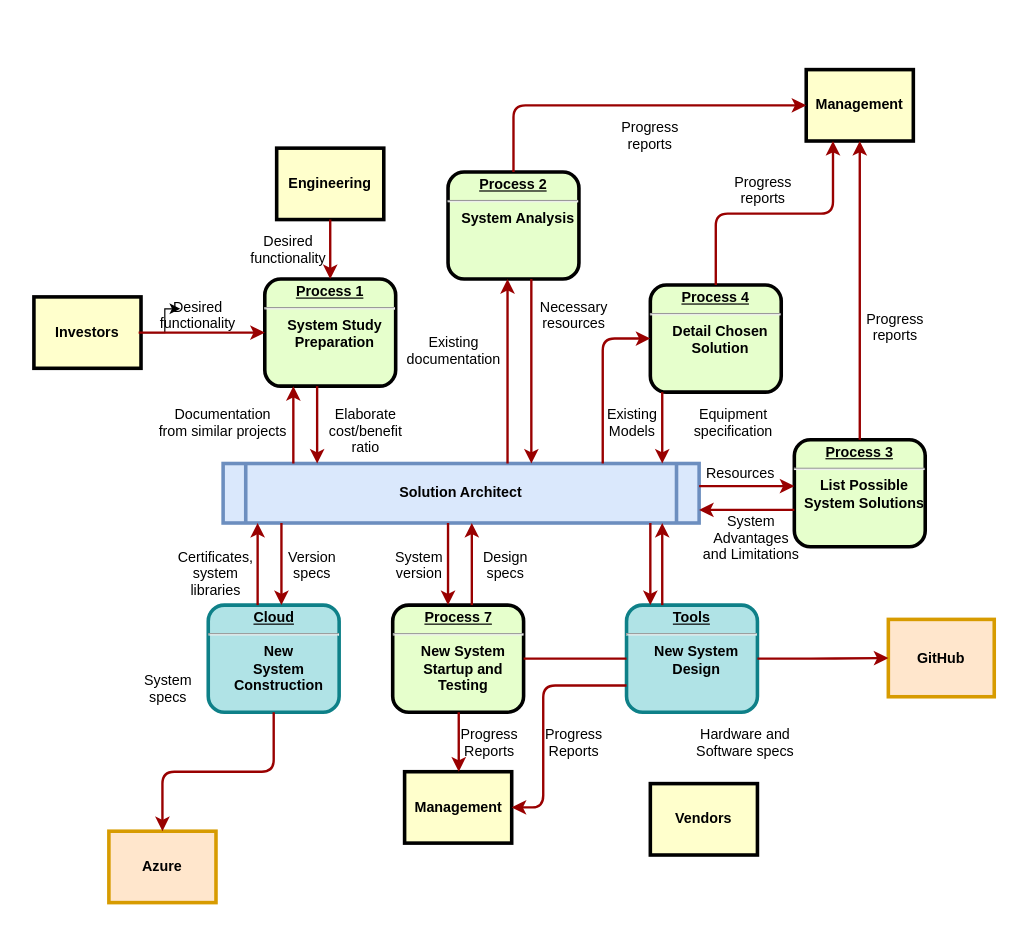
This is SolutionArchitectCareer.drawio from pablochj/SolutionArchitect, a draw.io file, before an edit. Source tidied: cells renumbered, new cells numbered last; positions are measured from the earlier drawing's top-left corner, leaving out a move shared by most shapes. Both pictures are drawn from the tidied source at 119%, with x=0, y=0 at pixel (33, 69).
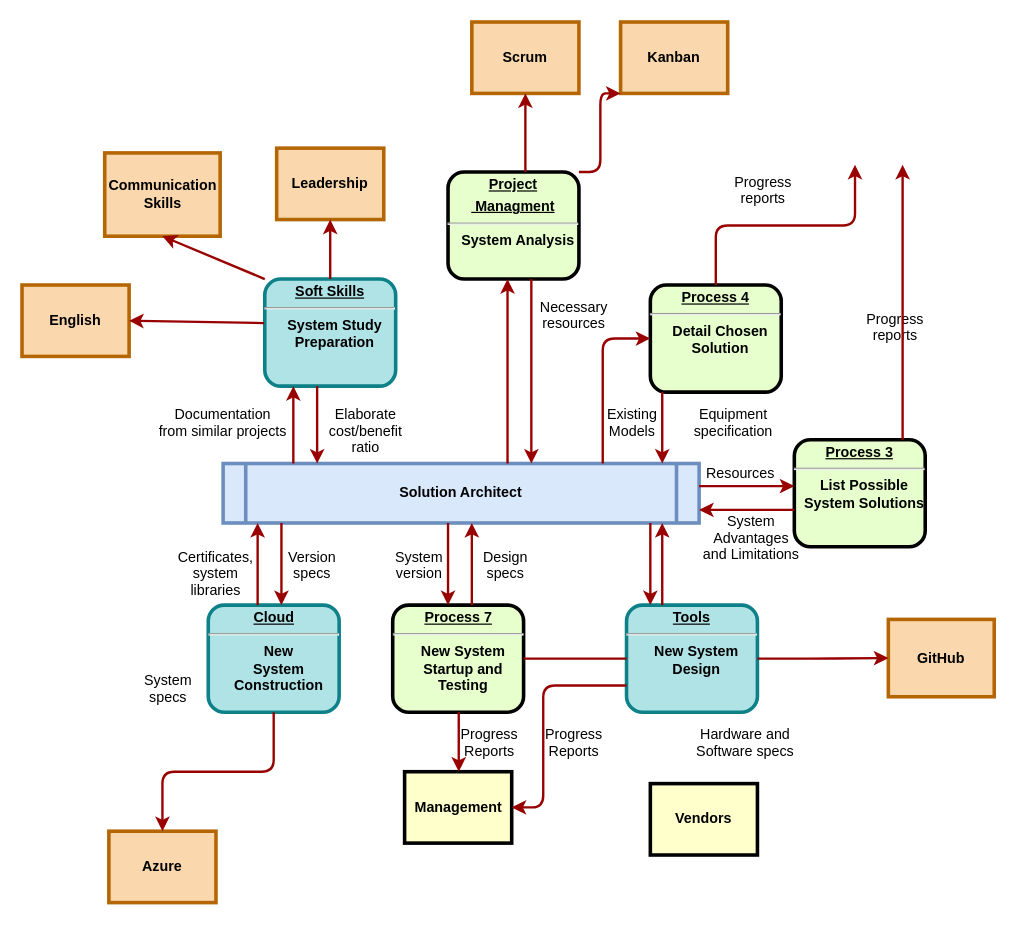
Above is the later version.

The change refers to these unchanged cells:
```xml
<mxCell id="8" value="&lt;p style=&quot;margin: 0px; margin-top: 4px; text-align: center; text-decoration: underline;&quot;&gt;&lt;strong&gt;&lt;strong&gt;Process&lt;/strong&gt; 3&lt;br /&gt;&lt;/strong&gt;&lt;/p&gt;&lt;hr /&gt;&lt;p style=&quot;margin: 0px; margin-left: 8px;&quot;&gt;List Possible&lt;/p&gt;&lt;p style=&quot;margin: 0px; margin-left: 8px;&quot;&gt;System Solutions&lt;/p&gt;" style="verticalAlign=middle;align=center;overflow=fill;fontSize=12;fontFamily=Helvetica;html=1;rounded=1;fontStyle=1;strokeWidth=3;fillColor=#E6FFCC;" parent="1" vertex="1">
  <mxGeometry x="639" y="311" width="110" height="90" as="geometry" />
</mxCell>
<mxCell id="9" value="&lt;p style=&quot;margin: 0px; margin-top: 4px; text-align: center; text-decoration: underline;&quot;&gt;&lt;strong&gt;&lt;strong&gt;Process&lt;/strong&gt; 4&lt;br /&gt;&lt;/strong&gt;&lt;/p&gt;&lt;hr /&gt;&lt;p style=&quot;margin: 0px; margin-left: 8px;&quot;&gt;Detail Chosen&lt;/p&gt;&lt;p style=&quot;margin: 0px; margin-left: 8px;&quot;&gt;Solution&lt;/p&gt;" style="verticalAlign=middle;align=center;overflow=fill;fontSize=12;fontFamily=Helvetica;html=1;rounded=1;fontStyle=1;strokeWidth=3;fillColor=#E6FFCC;" parent="1" vertex="1">
  <mxGeometry x="518" y="181" width="110" height="90" as="geometry" />
</mxCell>
```

Change to the diagram source:
```diff
@@
-    <mxCell id="2" value="&lt;p style=&quot;margin: 0px; margin-top: 4px; text-align: center; text-decoration: underline;&quot;&gt;&lt;strong&gt;Process 1&lt;br /&gt;&lt;/strong&gt;&lt;/p&gt;&lt;hr /&gt;&lt;p style=&quot;margin: 0px; margin-left: 8px;&quot;&gt;System Study&lt;/p&gt;&lt;p style=&quot;margin: 0px; margin-left: 8px;&quot;&gt;Preparation&lt;/p&gt;" style="verticalAlign=middle;align=center;overflow=fill;fontSize=12;fontFamily=Helvetica;html=1;rounded=1;fontStyle=1;strokeWidth=3;fillColor=#E6FFCC;" parent="1" vertex="1">
+    <mxCell id="2" value="&lt;p style=&quot;margin: 0px; margin-top: 4px; text-align: center; text-decoration: underline;&quot;&gt;&lt;strong&gt;Soft Skills&lt;br&gt;&lt;/strong&gt;&lt;/p&gt;&lt;hr&gt;&lt;p style=&quot;margin: 0px; margin-left: 8px;&quot;&gt;System Study&lt;/p&gt;&lt;p style=&quot;margin: 0px; margin-left: 8px;&quot;&gt;Preparation&lt;/p&gt;" style="verticalAlign=middle;align=center;overflow=fill;fontSize=12;fontFamily=Helvetica;html=1;rounded=1;fontStyle=1;strokeWidth=3;fillColor=#b0e3e6;strokeColor=#0e8088;" parent="1" vertex="1">
       <mxGeometry x="194" y="176" width="110" height="90" as="geometry" />
     </mxCell>
-    <mxCell id="3" value="Engineering" style="whiteSpace=wrap;align=center;verticalAlign=middle;fontStyle=1;strokeWidth=3;fillColor=#FFFFCC;" parent="1" vertex="1">
+    <mxCell id="3" value="Leadership" style="whiteSpace=wrap;align=center;verticalAlign=middle;fontStyle=1;strokeWidth=3;fillColor=#fad7ac;strokeColor=#b46504;" parent="1" vertex="1">
       <mxGeometry x="204" y="66" width="90" height="60" as="geometry" />
     </mxCell>
-    <mxCell id="4" style="edgeStyle=orthogonalEdgeStyle;rounded=0;jettySize=auto;html=1;" parent="1" edge="1" source="5" target="20">
-      <mxGeometry relative="1" as="geometry" />
-    </mxCell>
-    <mxCell id="5" value="Investors" style="whiteSpace=wrap;align=center;verticalAlign=middle;fontStyle=1;strokeWidth=3;fillColor=#FFFFCC;" parent="1" vertex="1">
-      <mxGeometry y="191" width="90" height="60" as="geometry" />
+    <mxCell id="5" value="English" style="whiteSpace=wrap;align=center;verticalAlign=middle;fontStyle=1;strokeWidth=3;fillColor=#fad7ac;strokeColor=#b46504;" parent="1" vertex="1">
+      <mxGeometry x="-10" y="181" width="90" height="60" as="geometry" />
     </mxCell>
@@
-    <mxCell id="7" value="&lt;p style=&quot;margin: 0px; margin-top: 4px; text-align: center; text-decoration: underline;&quot;&gt;&lt;strong&gt;Process 2&lt;br /&gt;&lt;/strong&gt;&lt;/p&gt;&lt;hr /&gt;&lt;p style=&quot;margin: 0px; margin-left: 8px;&quot;&gt;System Analysis&lt;/p&gt;" style="verticalAlign=middle;align=center;overflow=fill;fontSize=12;fontFamily=Helvetica;html=1;rounded=1;fontStyle=1;strokeWidth=3;fillColor=#E6FFCC;" parent="1" vertex="1">
+    <mxCell id="7" value="&lt;p style=&quot;margin: 0px; margin-top: 4px; text-align: center; text-decoration: underline;&quot;&gt;&lt;strong&gt;Project&lt;/strong&gt;&lt;/p&gt;&lt;p style=&quot;margin: 0px; margin-top: 4px; text-align: center; text-decoration: underline;&quot;&gt;&lt;strong&gt;&amp;nbsp;Managment&lt;br&gt;&lt;/strong&gt;&lt;/p&gt;&lt;hr&gt;&lt;p style=&quot;margin: 0px; margin-left: 8px;&quot;&gt;System Analysis&lt;/p&gt;" style="verticalAlign=middle;align=center;overflow=fill;fontSize=12;fontFamily=Helvetica;html=1;rounded=1;fontStyle=1;strokeWidth=3;fillColor=#E6FFCC;" parent="1" vertex="1">
       <mxGeometry x="348" y="86" width="110" height="90" as="geometry" />
     </mxCell>
@@
-    <mxCell id="12" value="Management" style="whiteSpace=wrap;align=center;verticalAlign=middle;fontStyle=1;strokeWidth=3;fillColor=#FFFFCC;" parent="1" vertex="1">
-      <mxGeometry x="649" width="90" height="60" as="geometry" />
+    <mxCell id="12" value="Scrum" style="whiteSpace=wrap;align=center;verticalAlign=middle;fontStyle=1;strokeWidth=3;fillColor=#fad7ac;strokeColor=#b46504;" parent="1" vertex="1">
+      <mxGeometry x="368" y="-40" width="90" height="60" as="geometry" />
     </mxCell>
@@
-    <mxCell id="14" value="Azure" style="whiteSpace=wrap;align=center;verticalAlign=middle;fontStyle=1;strokeWidth=3;fillColor=#ffe6cc;strokeColor=#d79b00;" parent="1" vertex="1">
+    <mxCell id="14" value="Azure" style="whiteSpace=wrap;align=center;verticalAlign=middle;fontStyle=1;strokeWidth=3;fillColor=#fad7ac;strokeColor=#b46504;" parent="1" vertex="1">
       <mxGeometry x="63" y="640" width="90" height="60" as="geometry" />
     </mxCell>
-    <mxCell id="15" value="GitHub" style="whiteSpace=wrap;align=center;verticalAlign=middle;fontStyle=1;strokeWidth=3;fillColor=#ffe6cc;strokeColor=#d79b00;" parent="1" vertex="1">
+    <mxCell id="15" value="GitHub" style="whiteSpace=wrap;align=center;verticalAlign=middle;fontStyle=1;strokeWidth=3;fillColor=#fad7ac;strokeColor=#b46504;" parent="1" vertex="1">
       <mxGeometry x="718" y="462" width="89" height="65" as="geometry" />
     </mxCell>
-    <mxCell id="16" style="edgeStyle=none;noEdgeStyle=1;strokeColor=#990000;strokeWidth=2;" parent="1" edge="1" source="3" target="2">
+    <mxCell id="16" style="edgeStyle=none;noEdgeStyle=1;strokeColor=#990000;strokeWidth=2;entryX=0.5;entryY=1;entryDx=0;entryDy=0;exitX=0.5;exitY=0;exitDx=0;exitDy=0;" parent="1" edge="1" source="2" target="3">
       <mxGeometry relative="1" as="geometry" />
     </mxCell>
-    <mxCell id="17" style="edgeStyle=none;noEdgeStyle=1;strokeColor=#990000;strokeWidth=2;" parent="1" edge="1" target="2">
-      <mxGeometry relative="1" as="geometry">
-        <mxPoint x="88" y="221" as="sourcePoint" />
-      </mxGeometry>
+    <mxCell id="17" style="edgeStyle=none;noEdgeStyle=1;strokeColor=#990000;strokeWidth=2;exitX=-0.005;exitY=0.411;exitDx=0;exitDy=0;exitPerimeter=0;entryX=1;entryY=0.5;entryDx=0;entryDy=0;" parent="1" edge="1" source="2" target="5">
+      <mxGeometry relative="1" as="geometry" />
     </mxCell>
@@
-    <mxCell id="20" value="Desired &#10;functionality" style="text;spacingTop=-5;align=center;" parent="1" vertex="1">
-      <mxGeometry x="123" y="191" width="30" height="20" as="geometry" />
-    </mxCell>
-    <mxCell id="21" value="Desired &#10;functionality" style="text;spacingTop=-5;align=center;" parent="1" vertex="1">
-      <mxGeometry x="199" y="136" width="30" height="20" as="geometry" />
-    </mxCell>
@@
-    <mxCell id="28" value="Existing&#10;documentation" style="text;spacingTop=-5;align=center;" parent="1" vertex="1">
-      <mxGeometry x="338" y="221" width="30" height="20" as="geometry" />
-    </mxCell>
@@
-    <mxCell id="30" value="Progress&#10;reports" style="text;spacingTop=-5;align=center;" parent="1" vertex="1">
-      <mxGeometry x="503" y="40" width="30" height="20" as="geometry" />
-    </mxCell>
@@
-    <mxCell id="33" style="edgeStyle=elbowEdgeStyle;elbow=horizontal;strokeColor=#990000;strokeWidth=2;" parent="1" edge="1" source="7" target="12">
-      <mxGeometry relative="1" as="geometry">
-        <Array as="points">
-          <mxPoint x="403" y="80" />
-        </Array>
-      </mxGeometry>
+    <mxCell id="33" style="edgeStyle=elbowEdgeStyle;elbow=horizontal;strokeColor=#990000;strokeWidth=2;entryX=0.5;entryY=1;entryDx=0;entryDy=0;" parent="1" edge="1" source="7" target="12">
+      <mxGeometry relative="1" as="geometry" />
     </mxCell>
-    <mxCell id="34" style="edgeStyle=elbowEdgeStyle;elbow=vertical;entryX=0.25;entryY=1;strokeColor=#990000;strokeWidth=2;" parent="1" edge="1" source="9" target="12">
-      <mxGeometry relative="1" as="geometry" />
+    <mxCell id="34" style="edgeStyle=elbowEdgeStyle;elbow=vertical;strokeColor=#990000;strokeWidth=2;" parent="1" edge="1" source="9">
+      <mxGeometry relative="1" as="geometry">
+        <mxPoint x="690" y="80" as="targetPoint" />
+      </mxGeometry>
     </mxCell>
-    <mxCell id="35" style="edgeStyle=elbowEdgeStyle;elbow=horizontal;strokeColor=#990000;strokeWidth=2;" parent="1" edge="1" source="8" target="12">
-      <mxGeometry relative="1" as="geometry" />
+    <mxCell id="35" style="edgeStyle=elbowEdgeStyle;elbow=horizontal;strokeColor=#990000;strokeWidth=2;" parent="1" edge="1" source="8">
+      <mxGeometry relative="1" as="geometry">
+        <mxPoint x="730" y="80" as="targetPoint" />
+      </mxGeometry>
     </mxCell>
@@
+    <mxCell id="63" value="Communication Skills" style="whiteSpace=wrap;align=center;verticalAlign=middle;fontStyle=1;strokeWidth=3;fillColor=#fad7ac;strokeColor=#b46504;" parent="1" vertex="1">
+      <mxGeometry x="59.5" y="70" width="97" height="70" as="geometry" />
+    </mxCell>
+    <mxCell id="64" style="edgeStyle=none;noEdgeStyle=1;strokeColor=#990000;strokeWidth=2;entryX=0.5;entryY=1;entryDx=0;entryDy=0;exitX=0;exitY=0;exitDx=0;exitDy=0;" parent="1" edge="1" source="2" target="63">
+      <mxGeometry relative="1" as="geometry" />
+    </mxCell>
+    <mxCell id="65" value="Kanban" style="whiteSpace=wrap;align=center;verticalAlign=middle;fontStyle=1;strokeWidth=3;fillColor=#fad7ac;strokeColor=#b46504;" parent="1" vertex="1">
+      <mxGeometry x="493" y="-40" width="90" height="60" as="geometry" />
+    </mxCell>
+    <mxCell id="66" style="edgeStyle=elbowEdgeStyle;elbow=horizontal;strokeColor=#990000;strokeWidth=2;exitX=1;exitY=0;exitDx=0;exitDy=0;entryX=0;entryY=1;entryDx=0;entryDy=0;" parent="1" edge="1" source="7" target="65">
+      <mxGeometry relative="1" as="geometry" />
+    </mxCell>
```
